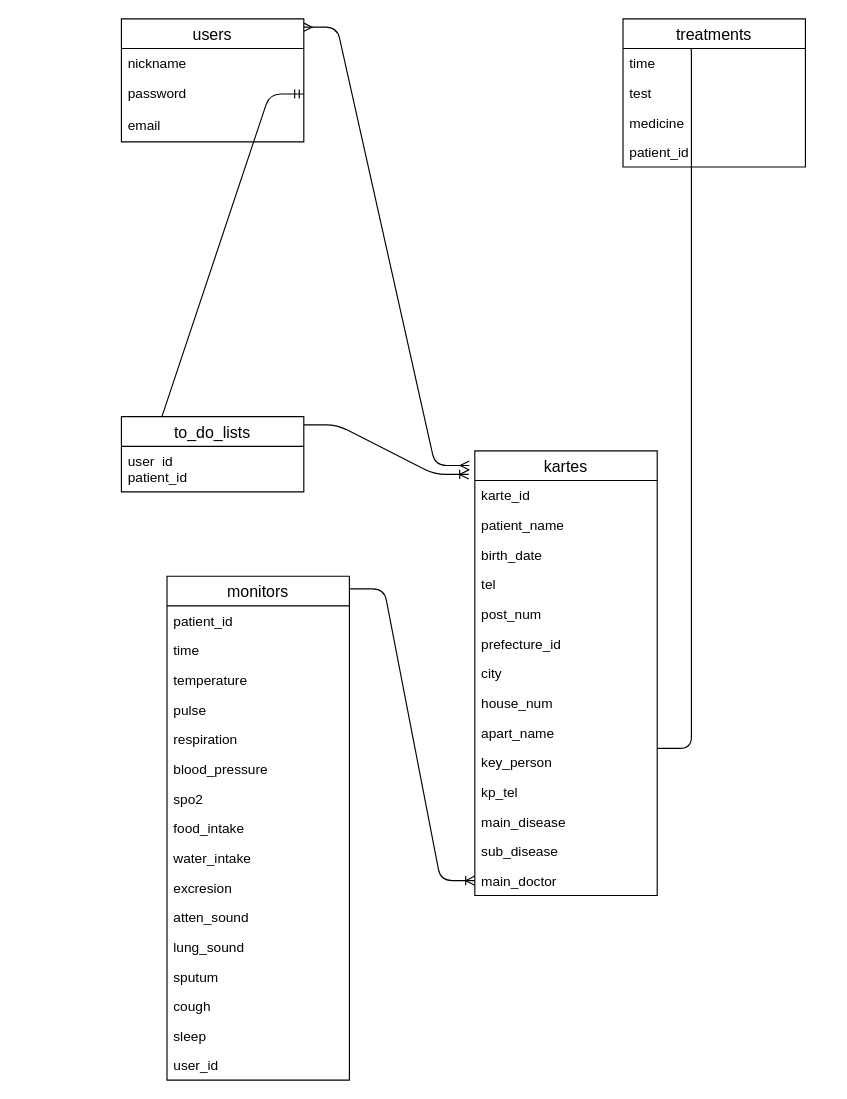
albion9007/karte2 keeps this draw.io diagram as draws/ER.drawio. Above is the earlier version. Source tidied: cells renumbered, new cells numbered last; positions are measured from the earlier drawing's top-left corner, leaving out a move shared by most shapes. Both pictures are drawn from the tidied source at 114%, with x=0, y=0 at pixel (121, 18).
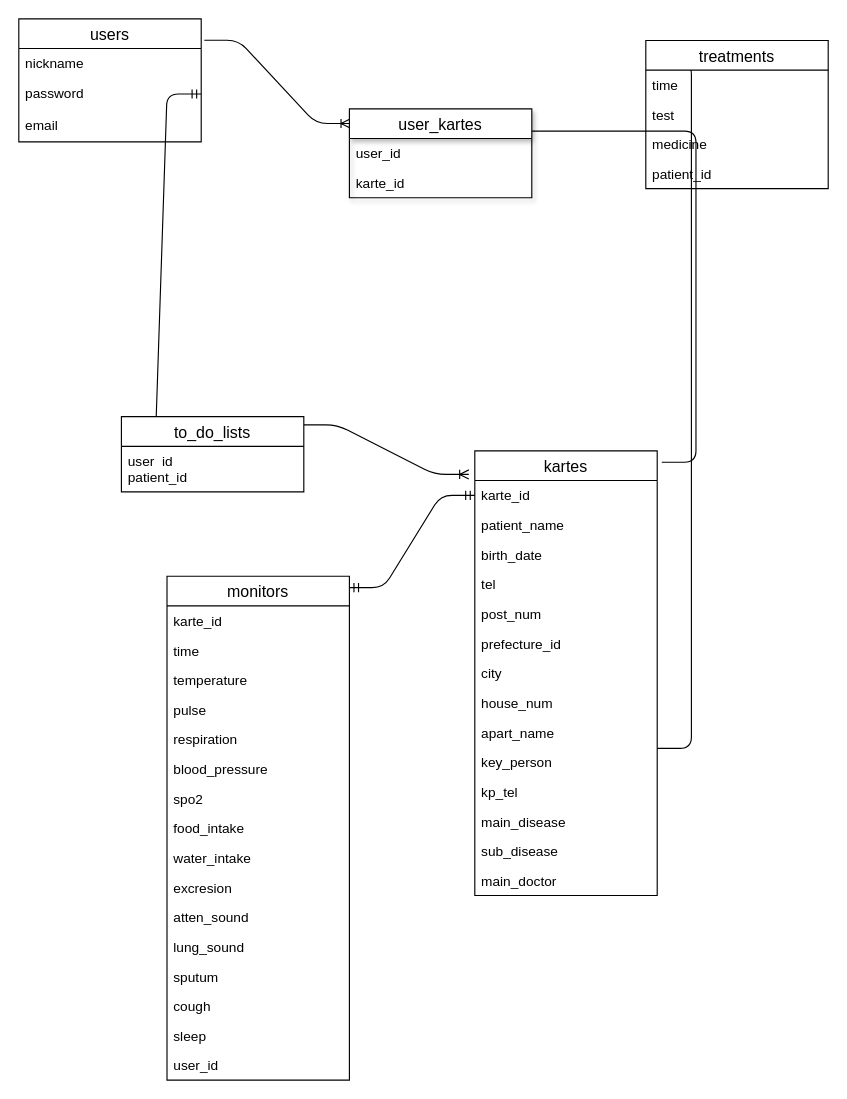
Above is the later version.

Commit message (it also covers changes not shown here):
karte_usersテーブルの作成

The change refers to these unchanged cells:
```xml
<mxCell id="15" value="monitors" style="swimlane;fontStyle=0;horizontal=1;startSize=26;align=center;fontSize=14;" parent="1" vertex="1">
  <mxGeometry x="40" y="489" width="160" height="442" as="geometry" />
</mxCell>
<mxCell id="36" value="kartes" style="swimlane;fontStyle=0;horizontal=1;startSize=26;align=center;fontSize=14;" parent="1" vertex="1">
  <mxGeometry x="310" y="379" width="160" height="390" as="geometry" />
</mxCell>
<mxCell id="37" value="karte_id" style="text;strokeColor=none;fillColor=none;spacingLeft=4;spacingRight=4;overflow=hidden;points=[[0,0.5],[1,0.5]];portConstraint=eastwest;fontSize=12;" parent="36" vertex="1">
  <mxGeometry y="26" width="160" height="26" as="geometry" />
</mxCell>
<mxCell id="50" value="main_doctor" style="text;strokeColor=none;fillColor=none;spacingLeft=4;spacingRight=4;overflow=hidden;points=[[0,0.5],[1,0.5]];portConstraint=eastwest;fontSize=12;shadow=1;" parent="36" vertex="1">
  <mxGeometry y="364" width="160" height="26" as="geometry" />
</mxCell>
```

Change to the diagram source:
```diff
@@
-    <mxCell id="3" style="edgeStyle=entityRelationEdgeStyle;fontSize=12;html=1;endArrow=ERoneToMany;exitX=1.003;exitY=0.025;exitDx=0;exitDy=0;exitPerimeter=0;entryX=0;entryY=0.5;entryDx=0;entryDy=0;" parent="1" edge="1" source="15" target="50">
-      <mxGeometry relative="1" as="geometry" />
-    </mxCell>
-    <mxCell id="4" style="edgeStyle=entityRelationEdgeStyle;fontSize=12;html=1;endArrow=ERmany;startArrow=ERmany;exitX=0.995;exitY=0.068;exitDx=0;exitDy=0;exitPerimeter=0;entryX=-0.03;entryY=0.033;entryDx=0;entryDy=0;entryPerimeter=0;" parent="1" edge="1" source="11" target="36">
-      <mxGeometry relative="1" as="geometry" />
-    </mxCell>
@@
+    <mxCell id="11" value="users" style="swimlane;fontStyle=0;horizontal=1;startSize=26;align=center;fontSize=14;" parent="1" vertex="1">
+      <mxGeometry x="-90" width="160" height="108" as="geometry" />
+    </mxCell>
+    <mxCell id="12" value="nickname" style="text;strokeColor=none;fillColor=none;spacingLeft=4;spacingRight=4;overflow=hidden;fontSize=12;" parent="11" vertex="1">
+      <mxGeometry y="26" width="160" height="26" as="geometry" />
+    </mxCell>
+    <mxCell id="13" value="password" style="text;strokeColor=none;fillColor=none;spacingLeft=4;spacingRight=4;overflow=hidden;points=[[0,0.5],[1,0.5]];portConstraint=eastwest;fontSize=12;" parent="11" vertex="1">
+      <mxGeometry y="52" width="160" height="28" as="geometry" />
+    </mxCell>
+    <mxCell id="14" value="email" style="text;strokeColor=none;fillColor=none;spacingLeft=4;spacingRight=4;overflow=hidden;fontSize=12;" parent="11" vertex="1">
+      <mxGeometry y="80" width="160" height="28" as="geometry" />
+    </mxCell>
     <mxCell id="6" value="treatments" style="swimlane;fontStyle=0;horizontal=1;startSize=26;align=center;fontSize=14;" parent="1" vertex="1">
-      <mxGeometry x="440" width="160" height="130" as="geometry" />
+      <mxGeometry x="460" y="19" width="160" height="130" as="geometry" />
     </mxCell>
@@
-    <mxCell id="11" value="users" style="swimlane;fontStyle=0;horizontal=1;startSize=26;align=center;fontSize=14;" parent="1" vertex="1">
-      <mxGeometry width="160" height="108" as="geometry" />
-    </mxCell>
-    <mxCell id="12" value="nickname" style="text;strokeColor=none;fillColor=none;spacingLeft=4;spacingRight=4;overflow=hidden;fontSize=12;" parent="11" vertex="1">
-      <mxGeometry y="26" width="160" height="26" as="geometry" />
-    </mxCell>
-    <mxCell id="13" value="password" style="text;strokeColor=none;fillColor=none;spacingLeft=4;spacingRight=4;overflow=hidden;points=[[0,0.5],[1,0.5]];portConstraint=eastwest;fontSize=12;" parent="11" vertex="1">
-      <mxGeometry y="52" width="160" height="28" as="geometry" />
-    </mxCell>
-    <mxCell id="14" value="email" style="text;strokeColor=none;fillColor=none;spacingLeft=4;spacingRight=4;overflow=hidden;fontSize=12;" parent="11" vertex="1">
-      <mxGeometry y="80" width="160" height="28" as="geometry" />
-    </mxCell>
@@
-    <mxCell id="16" value="patient_id" style="text;strokeColor=none;fillColor=none;spacingLeft=4;spacingRight=4;overflow=hidden;fontSize=12;" parent="15" vertex="1">
+    <mxCell id="16" value="karte_id" style="text;strokeColor=none;fillColor=none;spacingLeft=4;spacingRight=4;overflow=hidden;fontSize=12;" parent="15" vertex="1">
       <mxGeometry y="26" width="160" height="26" as="geometry" />
     </mxCell>
@@
+    <mxCell id="51" style="edgeStyle=entityRelationEdgeStyle;fontSize=12;html=1;endArrow=ERoneToMany;exitX=1.017;exitY=0.174;exitDx=0;exitDy=0;exitPerimeter=0;entryX=0.004;entryY=0.165;entryDx=0;entryDy=0;entryPerimeter=0;" parent="1" edge="1" source="11" target="54">
+      <mxGeometry relative="1" as="geometry" />
+    </mxCell>
+    <mxCell id="52" style="edgeStyle=entityRelationEdgeStyle;fontSize=12;html=1;endArrow=ERoneToMany;entryX=0;entryY=0.25;entryDx=0;entryDy=0;" parent="1" edge="1" target="54">
+      <mxGeometry relative="1" as="geometry">
+        <mxPoint x="474" y="389" as="sourcePoint" />
+      </mxGeometry>
+    </mxCell>
+    <mxCell id="53" style="edgeStyle=entityRelationEdgeStyle;fontSize=12;html=1;endArrow=ERmandOne;startArrow=ERmandOne;entryX=0;entryY=0.5;entryDx=0;entryDy=0;" parent="1" edge="1" target="37">
+      <mxGeometry relative="1" as="geometry">
+        <mxPoint x="200" y="499" as="sourcePoint" />
+      </mxGeometry>
+    </mxCell>
+    <mxCell id="54" value="user_kartes" style="swimlane;fontStyle=0;horizontal=1;startSize=26;align=center;fontSize=14;shadow=1;" parent="1" vertex="1">
+      <mxGeometry x="200" y="79" width="160" height="78" as="geometry" />
+    </mxCell>
+    <mxCell id="55" value="user_id" style="text;strokeColor=none;fillColor=none;spacingLeft=4;spacingRight=4;overflow=hidden;fontSize=12;" parent="54" vertex="1">
+      <mxGeometry y="26" width="160" height="26" as="geometry" />
+    </mxCell>
+    <mxCell id="56" value="karte_id" style="text;strokeColor=none;fillColor=none;spacingLeft=4;spacingRight=4;overflow=hidden;fontSize=12;" parent="54" vertex="1">
+      <mxGeometry y="52" width="160" height="26" as="geometry" />
+    </mxCell>
```
